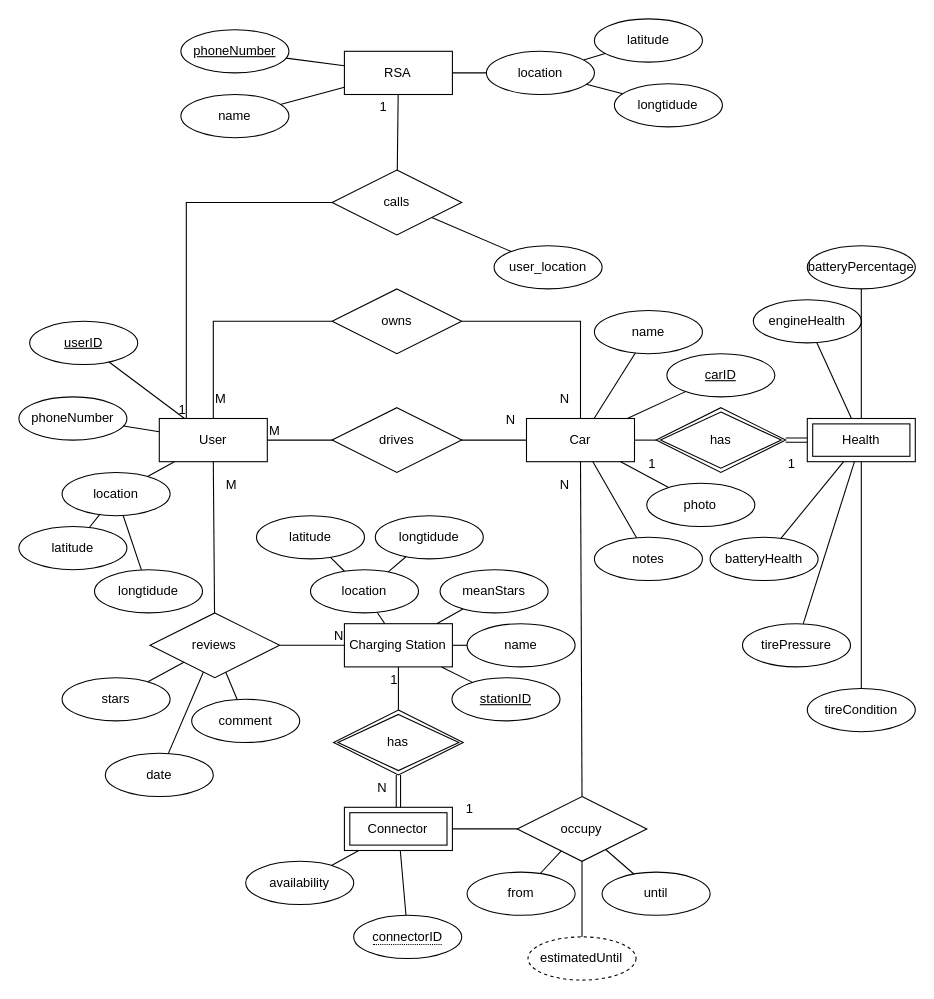
johnkouk469/DatabasesCourse2021 keeps this draw.io diagram as EVPoint ERdiagram.drawio. Above is the earlier version. Source tidied: cells renumbered, new cells numbered last; positions are measured from the earlier drawing's top-left corner, leaving out a move shared by most shapes. Both pictures are drawn from the tidied source at 108%, with x=0, y=0 at pixel (18, 18).
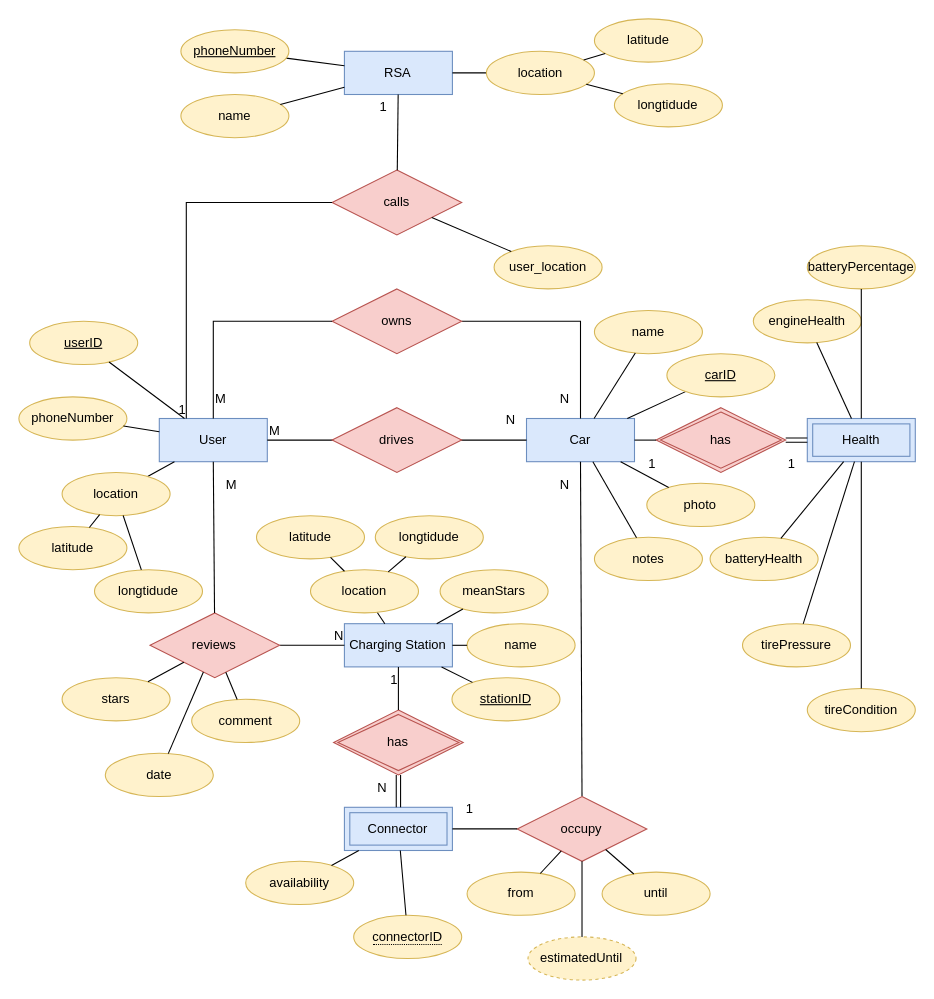
Above is the later version.

What changed in the source:
```diff
@@
-    <mxCell id="2" value="User" style="whiteSpace=wrap;html=1;align=center;" parent="1" vertex="1">
+    <mxCell id="2" value="User" style="whiteSpace=wrap;html=1;align=center;fillColor=#dae8fc;strokeColor=#6c8ebf;" parent="1" vertex="1">
       <mxGeometry x="130" y="370" width="100" height="40" as="geometry" />
     </mxCell>
-    <mxCell id="3" value="Charging Station" style="whiteSpace=wrap;html=1;align=center;" parent="1" vertex="1">
+    <mxCell id="3" value="Charging Station" style="whiteSpace=wrap;html=1;align=center;fillColor=#dae8fc;strokeColor=#6c8ebf;" parent="1" vertex="1">
       <mxGeometry x="301.4" y="560" width="100" height="40" as="geometry" />
     </mxCell>
-    <mxCell id="4" value="Car" style="whiteSpace=wrap;html=1;align=center;" parent="1" vertex="1">
+    <mxCell id="4" value="Car" style="whiteSpace=wrap;html=1;align=center;fillColor=#dae8fc;strokeColor=#6c8ebf;" parent="1" vertex="1">
       <mxGeometry x="470" y="370" width="100" height="40" as="geometry" />
     </mxCell>
@@
-    <mxCell id="8" value="drives" style="shape=rhombus;perimeter=rhombusPerimeter;whiteSpace=wrap;html=1;align=center;" parent="1" vertex="1">
+    <mxCell id="8" value="drives" style="shape=rhombus;perimeter=rhombusPerimeter;whiteSpace=wrap;html=1;align=center;fillColor=#f8cecc;strokeColor=#b85450;" parent="1" vertex="1">
       <mxGeometry x="290" y="360" width="120" height="60" as="geometry" />
     </mxCell>
@@
-    <mxCell id="11" value="owns" style="shape=rhombus;perimeter=rhombusPerimeter;whiteSpace=wrap;html=1;align=center;" parent="1" vertex="1">
+    <mxCell id="11" value="owns" style="shape=rhombus;perimeter=rhombusPerimeter;whiteSpace=wrap;html=1;align=center;fillColor=#f8cecc;strokeColor=#b85450;" parent="1" vertex="1">
       <mxGeometry x="290" y="250" width="120" height="60" as="geometry" />
     </mxCell>
@@
-    <mxCell id="16" value="reviews" style="shape=rhombus;perimeter=rhombusPerimeter;whiteSpace=wrap;html=1;align=center;" parent="1" vertex="1">
+    <mxCell id="16" value="reviews" style="shape=rhombus;perimeter=rhombusPerimeter;whiteSpace=wrap;html=1;align=center;fillColor=#f8cecc;strokeColor=#b85450;" parent="1" vertex="1">
       <mxGeometry x="121.4" y="550" width="120" height="60" as="geometry" />
     </mxCell>
@@
-    <mxCell id="21" value="occupy" style="shape=rhombus;perimeter=rhombusPerimeter;whiteSpace=wrap;html=1;align=center;" parent="1" vertex="1">
+    <mxCell id="21" value="occupy" style="shape=rhombus;perimeter=rhombusPerimeter;whiteSpace=wrap;html=1;align=center;fillColor=#f8cecc;strokeColor=#b85450;" parent="1" vertex="1">
       <mxGeometry x="461.4" y="720" width="120" height="60" as="geometry" />
     </mxCell>
-    <mxCell id="22" value="has" style="shape=rhombus;double=1;perimeter=rhombusPerimeter;whiteSpace=wrap;html=1;align=center;" parent="1" vertex="1">
+    <mxCell id="22" value="has" style="shape=rhombus;double=1;perimeter=rhombusPerimeter;whiteSpace=wrap;html=1;align=center;fillColor=#f8cecc;strokeColor=#b85450;" parent="1" vertex="1">
       <mxGeometry x="590" y="360" width="120" height="60" as="geometry" />
     </mxCell>
-    <mxCell id="23" value="Health" style="shape=ext;margin=3;double=1;whiteSpace=wrap;html=1;align=center;" parent="1" vertex="1">
+    <mxCell id="23" value="Health" style="shape=ext;margin=3;double=1;whiteSpace=wrap;html=1;align=center;fillColor=#dae8fc;strokeColor=#6c8ebf;" parent="1" vertex="1">
       <mxGeometry x="730" y="370" width="100" height="40" as="geometry" />
     </mxCell>
@@
-    <mxCell id="28" value="date" style="ellipse;whiteSpace=wrap;html=1;align=center;" parent="1" vertex="1">
+    <mxCell id="28" value="date" style="ellipse;whiteSpace=wrap;html=1;align=center;fillColor=#fff2cc;strokeColor=#d6b656;" parent="1" vertex="1">
       <mxGeometry x="80" y="680" width="100" height="40" as="geometry" />
     </mxCell>
@@
-    <mxCell id="30" value="until" style="ellipse;whiteSpace=wrap;html=1;align=center;" parent="1" vertex="1">
+    <mxCell id="30" value="until" style="ellipse;whiteSpace=wrap;html=1;align=center;fillColor=#fff2cc;strokeColor=#d6b656;" parent="1" vertex="1">
       <mxGeometry x="540" y="790" width="100" height="40" as="geometry" />
     </mxCell>
-    <mxCell id="31" value="from" style="ellipse;whiteSpace=wrap;html=1;align=center;" parent="1" vertex="1">
+    <mxCell id="31" value="from" style="ellipse;whiteSpace=wrap;html=1;align=center;fillColor=#fff2cc;strokeColor=#d6b656;" parent="1" vertex="1">
       <mxGeometry x="415" y="790" width="100" height="40" as="geometry" />
     </mxCell>
@@
-    <mxCell id="34" value="RSA" style="whiteSpace=wrap;html=1;align=center;" parent="1" vertex="1">
+    <mxCell id="34" value="RSA" style="whiteSpace=wrap;html=1;align=center;fillColor=#dae8fc;strokeColor=#6c8ebf;" parent="1" vertex="1">
       <mxGeometry x="301.4" y="30" width="100" height="40" as="geometry" />
     </mxCell>
-    <mxCell id="35" value="calls" style="shape=rhombus;perimeter=rhombusPerimeter;whiteSpace=wrap;html=1;align=center;" parent="1" vertex="1">
+    <mxCell id="35" value="calls" style="shape=rhombus;perimeter=rhombusPerimeter;whiteSpace=wrap;html=1;align=center;fillColor=#f8cecc;strokeColor=#b85450;" parent="1" vertex="1">
       <mxGeometry x="290" y="140" width="120" height="60" as="geometry" />
     </mxCell>
@@
-    <mxCell id="38" value="Connector" style="shape=ext;margin=3;double=1;whiteSpace=wrap;html=1;align=center;" parent="1" vertex="1">
+    <mxCell id="38" value="Connector" style="shape=ext;margin=3;double=1;whiteSpace=wrap;html=1;align=center;fillColor=#dae8fc;strokeColor=#6c8ebf;" parent="1" vertex="1">
       <mxGeometry x="301.4" y="730" width="100" height="40" as="geometry" />
     </mxCell>
@@
-    <mxCell id="41" value="has" style="shape=rhombus;double=1;perimeter=rhombusPerimeter;whiteSpace=wrap;html=1;align=center;" parent="1" vertex="1">
+    <mxCell id="41" value="has" style="shape=rhombus;double=1;perimeter=rhombusPerimeter;whiteSpace=wrap;html=1;align=center;fillColor=#f8cecc;strokeColor=#b85450;" parent="1" vertex="1">
       <mxGeometry x="291.4" y="640" width="120" height="60" as="geometry" />
     </mxCell>
@@
-    <mxCell id="48" value="user_location" style="ellipse;whiteSpace=wrap;html=1;align=center;" parent="1" vertex="1">
+    <mxCell id="48" value="user_location" style="ellipse;whiteSpace=wrap;html=1;align=center;fillColor=#fff2cc;strokeColor=#d6b656;" parent="1" vertex="1">
       <mxGeometry x="440" y="210" width="100" height="40" as="geometry" />
     </mxCell>
@@
-    <mxCell id="50" value="userID" style="ellipse;whiteSpace=wrap;html=1;align=center;fontStyle=4;" parent="1" vertex="1">
+    <mxCell id="50" value="userID" style="ellipse;whiteSpace=wrap;html=1;align=center;fontStyle=4;fillColor=#fff2cc;strokeColor=#d6b656;" parent="1" vertex="1">
       <mxGeometry x="10" y="280" width="100" height="40" as="geometry" />
     </mxCell>
-    <mxCell id="51" value="phoneNumber" style="ellipse;whiteSpace=wrap;html=1;align=center;" parent="1" vertex="1">
+    <mxCell id="51" value="phoneNumber" style="ellipse;whiteSpace=wrap;html=1;align=center;fillColor=#fff2cc;strokeColor=#d6b656;" parent="1" vertex="1">
       <mxGeometry y="350" width="100" height="40" as="geometry" />
     </mxCell>
@@
-    <mxCell id="56" value="stars" style="ellipse;whiteSpace=wrap;html=1;align=center;" parent="1" vertex="1">
+    <mxCell id="56" value="stars" style="ellipse;whiteSpace=wrap;html=1;align=center;fillColor=#fff2cc;strokeColor=#d6b656;" parent="1" vertex="1">
       <mxGeometry x="40" y="610" width="100" height="40" as="geometry" />
     </mxCell>
@@
-    <mxCell id="58" value="comment" style="ellipse;whiteSpace=wrap;html=1;align=center;" parent="1" vertex="1">
+    <mxCell id="58" value="comment" style="ellipse;whiteSpace=wrap;html=1;align=center;fillColor=#fff2cc;strokeColor=#d6b656;" parent="1" vertex="1">
       <mxGeometry x="160" y="630" width="100" height="40" as="geometry" />
     </mxCell>
@@
-    <mxCell id="60" value="meanStars" style="ellipse;whiteSpace=wrap;html=1;align=center;" parent="1" vertex="1">
+    <mxCell id="60" value="meanStars" style="ellipse;whiteSpace=wrap;html=1;align=center;fillColor=#fff2cc;strokeColor=#d6b656;" parent="1" vertex="1">
       <mxGeometry x="390" y="510" width="100" height="40" as="geometry" />
     </mxCell>
@@
-    <mxCell id="62" value="availability" style="ellipse;whiteSpace=wrap;html=1;align=center;" parent="1" vertex="1">
+    <mxCell id="62" value="availability" style="ellipse;whiteSpace=wrap;html=1;align=center;fillColor=#fff2cc;strokeColor=#d6b656;" parent="1" vertex="1">
       <mxGeometry x="210" y="780" width="100" height="40" as="geometry" />
     </mxCell>
@@
-    <mxCell id="64" value="name" style="ellipse;whiteSpace=wrap;html=1;align=center;" parent="1" vertex="1">
+    <mxCell id="64" value="name" style="ellipse;whiteSpace=wrap;html=1;align=center;fillColor=#fff2cc;strokeColor=#d6b656;" parent="1" vertex="1">
       <mxGeometry x="532.9" y="270" width="100" height="40" as="geometry" />
     </mxCell>
-    <mxCell id="65" value="photo" style="ellipse;whiteSpace=wrap;html=1;align=center;" parent="1" vertex="1">
+    <mxCell id="65" value="photo" style="ellipse;whiteSpace=wrap;html=1;align=center;fillColor=#fff2cc;strokeColor=#d6b656;" parent="1" vertex="1">
       <mxGeometry x="581.4" y="430" width="100" height="40" as="geometry" />
     </mxCell>
-    <mxCell id="66" value="notes" style="ellipse;whiteSpace=wrap;html=1;align=center;" parent="1" vertex="1">
+    <mxCell id="66" value="notes" style="ellipse;whiteSpace=wrap;html=1;align=center;fillColor=#fff2cc;strokeColor=#d6b656;" parent="1" vertex="1">
       <mxGeometry x="532.9" y="480" width="100" height="40" as="geometry" />
     </mxCell>
@@
-    <mxCell id="71" value="batteryPercentage" style="ellipse;whiteSpace=wrap;html=1;align=center;" parent="1" vertex="1">
+    <mxCell id="71" value="batteryPercentage" style="ellipse;whiteSpace=wrap;html=1;align=center;fillColor=#fff2cc;strokeColor=#d6b656;" parent="1" vertex="1">
       <mxGeometry x="730" y="210" width="100" height="40" as="geometry" />
     </mxCell>
-    <mxCell id="72" value="batteryHealth" style="ellipse;whiteSpace=wrap;html=1;align=center;" parent="1" vertex="1">
+    <mxCell id="72" value="batteryHealth" style="ellipse;whiteSpace=wrap;html=1;align=center;fillColor=#fff2cc;strokeColor=#d6b656;" parent="1" vertex="1">
       <mxGeometry x="640" y="480" width="100" height="40" as="geometry" />
     </mxCell>
-    <mxCell id="73" value="tirePressure" style="ellipse;whiteSpace=wrap;html=1;align=center;" parent="1" vertex="1">
+    <mxCell id="73" value="tirePressure" style="ellipse;whiteSpace=wrap;html=1;align=center;fillColor=#fff2cc;strokeColor=#d6b656;" parent="1" vertex="1">
       <mxGeometry x="670" y="560" width="100" height="40" as="geometry" />
     </mxCell>
-    <mxCell id="74" value="engineHealth" style="ellipse;whiteSpace=wrap;html=1;align=center;" parent="1" vertex="1">
+    <mxCell id="74" value="engineHealth" style="ellipse;whiteSpace=wrap;html=1;align=center;fillColor=#fff2cc;strokeColor=#d6b656;" parent="1" vertex="1">
       <mxGeometry x="680" y="260" width="100" height="40" as="geometry" />
     </mxCell>
@@
-    <mxCell id="77" value="tireCondition" style="ellipse;whiteSpace=wrap;html=1;align=center;" parent="1" vertex="1">
+    <mxCell id="77" value="tireCondition" style="ellipse;whiteSpace=wrap;html=1;align=center;fillColor=#fff2cc;strokeColor=#d6b656;" parent="1" vertex="1">
       <mxGeometry x="730" y="620" width="100" height="40" as="geometry" />
     </mxCell>
@@
-    <mxCell id="83" value="name" style="ellipse;whiteSpace=wrap;html=1;align=center;" parent="1" vertex="1">
+    <mxCell id="83" value="name" style="ellipse;whiteSpace=wrap;html=1;align=center;fillColor=#fff2cc;strokeColor=#d6b656;" parent="1" vertex="1">
       <mxGeometry x="150" y="70" width="100" height="40" as="geometry" />
     </mxCell>
@@
-    <mxCell id="85" value="location" style="ellipse;whiteSpace=wrap;html=1;align=center;" parent="1" vertex="1">
+    <mxCell id="85" value="location" style="ellipse;whiteSpace=wrap;html=1;align=center;fillColor=#fff2cc;strokeColor=#d6b656;" parent="1" vertex="1">
       <mxGeometry x="270" y="510" width="100" height="40" as="geometry" />
     </mxCell>
-    <mxCell id="86" value="latitude" style="ellipse;whiteSpace=wrap;html=1;align=center;" parent="1" vertex="1">
+    <mxCell id="86" value="latitude" style="ellipse;whiteSpace=wrap;html=1;align=center;fillColor=#fff2cc;strokeColor=#d6b656;" parent="1" vertex="1">
       <mxGeometry x="220" y="460" width="100" height="40" as="geometry" />
     </mxCell>
-    <mxCell id="87" value="longtidude" style="ellipse;whiteSpace=wrap;html=1;align=center;" parent="1" vertex="1">
+    <mxCell id="87" value="longtidude" style="ellipse;whiteSpace=wrap;html=1;align=center;fillColor=#fff2cc;strokeColor=#d6b656;" parent="1" vertex="1">
       <mxGeometry x="330" y="460" width="100" height="40" as="geometry" />
     </mxCell>
@@
-    <mxCell id="90" value="location" style="ellipse;whiteSpace=wrap;html=1;align=center;" parent="1" vertex="1">
+    <mxCell id="90" value="location" style="ellipse;whiteSpace=wrap;html=1;align=center;fillColor=#fff2cc;strokeColor=#d6b656;" parent="1" vertex="1">
       <mxGeometry x="432.9" y="30" width="100" height="40" as="geometry" />
     </mxCell>
-    <mxCell id="91" value="latitude" style="ellipse;whiteSpace=wrap;html=1;align=center;" parent="1" vertex="1">
+    <mxCell id="91" value="latitude" style="ellipse;whiteSpace=wrap;html=1;align=center;fillColor=#fff2cc;strokeColor=#d6b656;" parent="1" vertex="1">
       <mxGeometry x="532.9" width="100" height="40" as="geometry" />
     </mxCell>
-    <mxCell id="92" value="longtidude" style="ellipse;whiteSpace=wrap;html=1;align=center;" parent="1" vertex="1">
+    <mxCell id="92" value="longtidude" style="ellipse;whiteSpace=wrap;html=1;align=center;fillColor=#fff2cc;strokeColor=#d6b656;" parent="1" vertex="1">
       <mxGeometry x="551.4" y="60" width="100" height="40" as="geometry" />
     </mxCell>
@@
-    <mxCell id="95" value="location" style="ellipse;whiteSpace=wrap;html=1;align=center;" parent="1" vertex="1">
+    <mxCell id="95" value="location" style="ellipse;whiteSpace=wrap;html=1;align=center;fillColor=#fff2cc;strokeColor=#d6b656;" parent="1" vertex="1">
       <mxGeometry x="40" y="420" width="100" height="40" as="geometry" />
     </mxCell>
-    <mxCell id="96" value="latitude" style="ellipse;whiteSpace=wrap;html=1;align=center;" parent="1" vertex="1">
+    <mxCell id="96" value="latitude" style="ellipse;whiteSpace=wrap;html=1;align=center;fillColor=#fff2cc;strokeColor=#d6b656;" parent="1" vertex="1">
       <mxGeometry y="470" width="100" height="40" as="geometry" />
     </mxCell>
-    <mxCell id="97" value="longtidude" style="ellipse;whiteSpace=wrap;html=1;align=center;" parent="1" vertex="1">
+    <mxCell id="97" value="longtidude" style="ellipse;whiteSpace=wrap;html=1;align=center;fillColor=#fff2cc;strokeColor=#d6b656;" parent="1" vertex="1">
       <mxGeometry x="70" y="510" width="100" height="40" as="geometry" />
     </mxCell>
@@
-    <mxCell id="100" value="carID" style="ellipse;whiteSpace=wrap;html=1;align=center;fontStyle=4;" parent="1" vertex="1">
+    <mxCell id="100" value="carID" style="ellipse;whiteSpace=wrap;html=1;align=center;fontStyle=4;fillColor=#fff2cc;strokeColor=#d6b656;" parent="1" vertex="1">
       <mxGeometry x="600" y="310" width="100" height="40" as="geometry" />
     </mxCell>
-    <mxCell id="101" value="&lt;span style=&quot;border-bottom: 1px dotted&quot;&gt;connectorID&lt;/span&gt;" style="ellipse;whiteSpace=wrap;html=1;align=center;" parent="1" vertex="1">
+    <mxCell id="101" value="&lt;span style=&quot;border-bottom: 1px dotted&quot;&gt;connectorID&lt;/span&gt;" style="ellipse;whiteSpace=wrap;html=1;align=center;fillColor=#fff2cc;strokeColor=#d6b656;" parent="1" vertex="1">
       <mxGeometry x="310" y="830" width="100" height="40" as="geometry" />
     </mxCell>
@@
-    <mxCell id="103" value="stationID" style="ellipse;whiteSpace=wrap;html=1;align=center;fontStyle=4;" parent="1" vertex="1">
+    <mxCell id="103" value="stationID" style="ellipse;whiteSpace=wrap;html=1;align=center;fontStyle=4;fillColor=#fff2cc;strokeColor=#d6b656;" parent="1" vertex="1">
       <mxGeometry x="401" y="610" width="100" height="40" as="geometry" />
     </mxCell>
@@
-    <mxCell id="105" value="name" style="ellipse;whiteSpace=wrap;html=1;align=center;" parent="1" vertex="1">
+    <mxCell id="105" value="name" style="ellipse;whiteSpace=wrap;html=1;align=center;fillColor=#fff2cc;strokeColor=#d6b656;" parent="1" vertex="1">
       <mxGeometry x="415" y="560" width="100" height="40" as="geometry" />
     </mxCell>
@@
-    <mxCell id="107" value="phoneNumber" style="ellipse;whiteSpace=wrap;html=1;align=center;fontStyle=4;" parent="1" vertex="1">
+    <mxCell id="107" value="phoneNumber" style="ellipse;whiteSpace=wrap;html=1;align=center;fontStyle=4;fillColor=#fff2cc;strokeColor=#d6b656;" parent="1" vertex="1">
       <mxGeometry x="150" y="10" width="100" height="40" as="geometry" />
     </mxCell>
-    <mxCell id="108" value="estimatedUntil" style="ellipse;whiteSpace=wrap;html=1;align=center;dashed=1;" parent="1" vertex="1">
+    <mxCell id="108" value="estimatedUntil" style="ellipse;whiteSpace=wrap;html=1;align=center;dashed=1;fillColor=#fff2cc;strokeColor=#d6b656;" parent="1" vertex="1">
       <mxGeometry x="471.4" y="850" width="100" height="40" as="geometry" />
     </mxCell>
```
